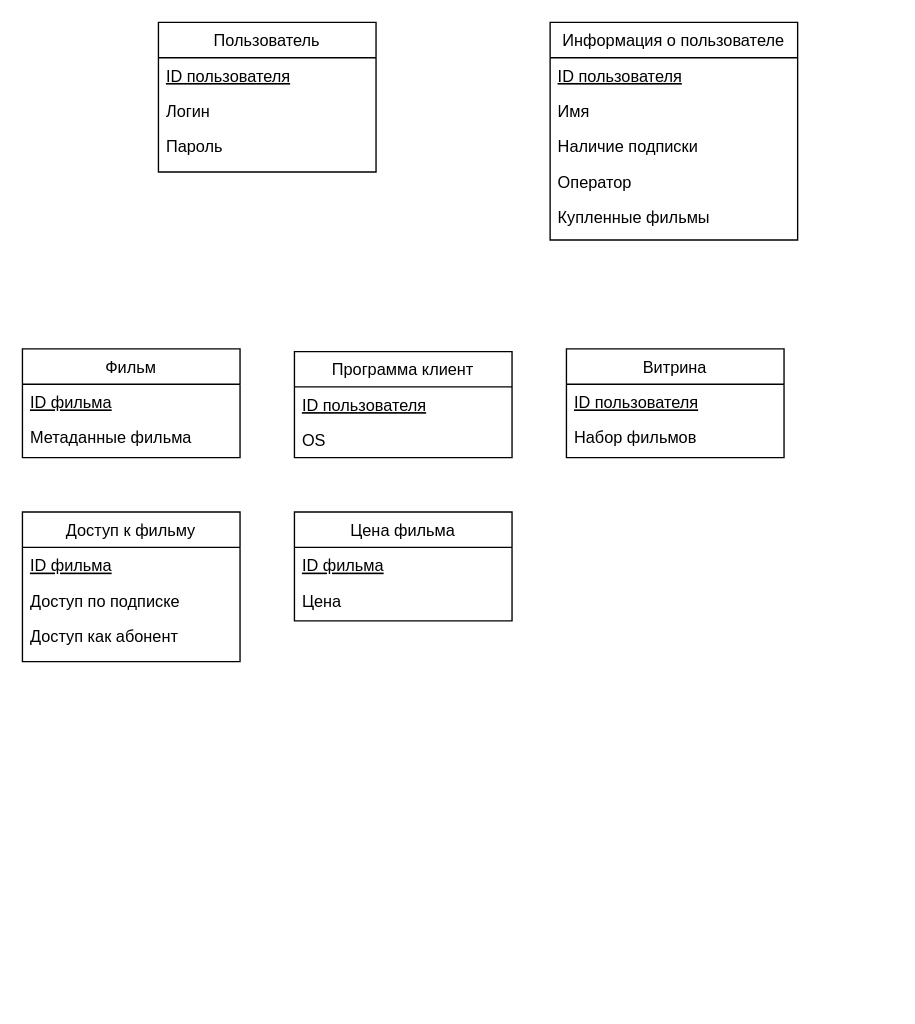
Earlier version of the draw.io diagram Диаграмма классов онлайн-кинотеатра.drawio (AleksTikhonov/ANSYS_Workbench). Source tidied: cells renumbered, new cells numbered last; positions are measured from the earlier drawing's top-left corner, leaving out a move shared by most shapes. Both pictures are drawn from the tidied source at 136%, with x=0, y=0 at pixel (22, 22).
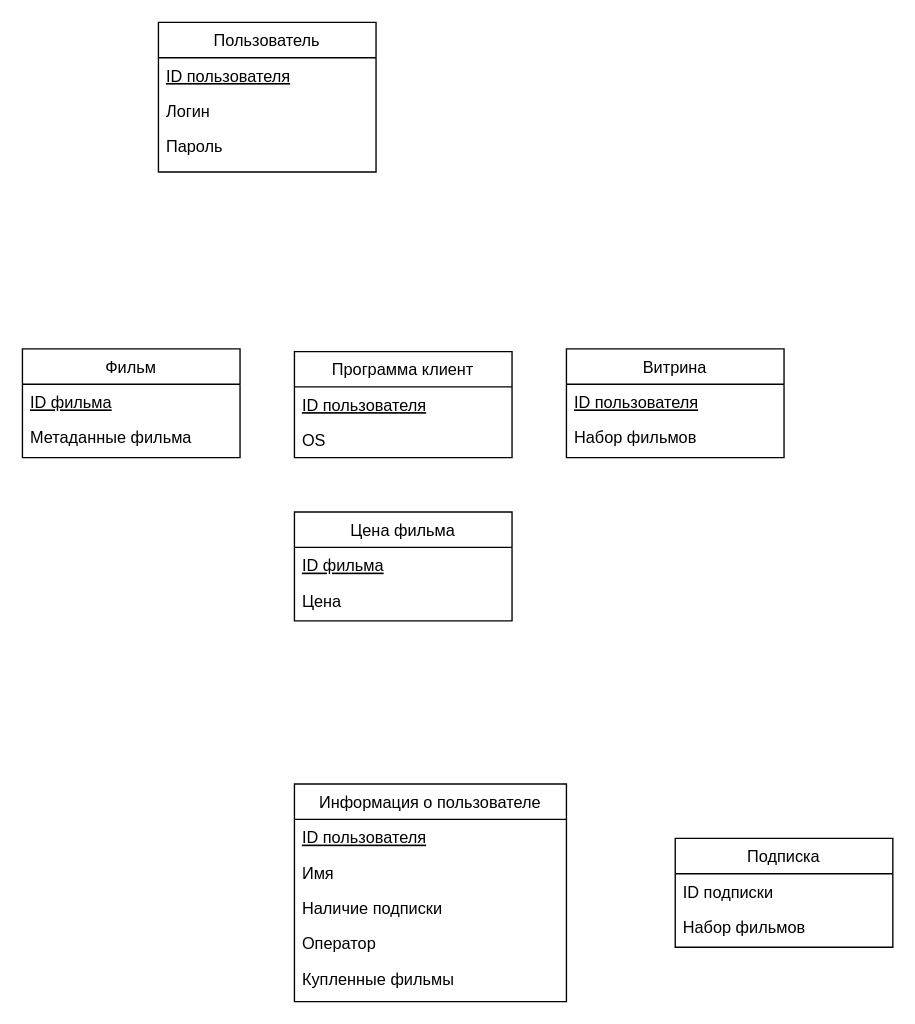
The same page after the edit.

Change to the diagram source:
```diff
@@
     <mxCell id="12" value="Информация о пользователе" style="swimlane;fontStyle=0;align=center;verticalAlign=top;horizontal=1;startSize=26;rounded=0;shadow=0;strokeWidth=1;" parent="1" vertex="1">
-      <mxGeometry x="388" width="182" height="160" as="geometry" />
+      <mxGeometry x="200" y="560" width="200" height="160" as="geometry" />
     </mxCell>
     <mxCell id="13" value="ID пользователя" style="text;align=left;verticalAlign=top;spacingLeft=4;spacingRight=4;overflow=hidden;fontStyle=4;" parent="12" vertex="1">
-      <mxGeometry y="26" width="182" height="26" as="geometry" />
+      <mxGeometry y="26" width="200" height="26" as="geometry" />
     </mxCell>
     <mxCell id="14" value="Имя" style="text;align=left;verticalAlign=top;spacingLeft=4;spacingRight=4;overflow=hidden;rounded=0;shadow=0;html=0;" parent="12" vertex="1">
-      <mxGeometry y="52" width="182" height="26" as="geometry" />
+      <mxGeometry y="52" width="200" height="26" as="geometry" />
     </mxCell>
     <mxCell id="15" value="Наличие подписки" style="text;align=left;verticalAlign=top;spacingLeft=4;spacingRight=4;overflow=hidden;rounded=0;shadow=0;html=0;" parent="12" vertex="1">
-      <mxGeometry y="78" width="182" height="26" as="geometry" />
+      <mxGeometry y="78" width="200" height="26" as="geometry" />
     </mxCell>
     <mxCell id="16" value="Оператор" style="text;align=left;verticalAlign=top;spacingLeft=4;spacingRight=4;overflow=hidden;rounded=0;shadow=0;html=0;" parent="12" vertex="1">
-      <mxGeometry y="104" width="182" height="26" as="geometry" />
+      <mxGeometry y="104" width="200" height="26" as="geometry" />
     </mxCell>
     <mxCell id="17" value="Купленные фильмы" style="text;align=left;verticalAlign=top;spacingLeft=4;spacingRight=4;overflow=hidden;rounded=0;shadow=0;html=0;" parent="12" vertex="1">
-      <mxGeometry y="130" width="182" height="26" as="geometry" />
+      <mxGeometry y="130" width="200" height="26" as="geometry" />
     </mxCell>
-    <mxCell id="18" value="Доступ к фильму" style="swimlane;fontStyle=0;align=center;verticalAlign=top;horizontal=1;startSize=26;rounded=0;shadow=0;strokeWidth=1;" parent="1" vertex="1">
-      <mxGeometry y="360" width="160" height="110" as="geometry" />
+    <mxCell id="18" value="Подписка" style="swimlane;fontStyle=0;align=center;verticalAlign=top;horizontal=1;startSize=26;rounded=0;shadow=0;strokeWidth=1;" parent="1" vertex="1">
+      <mxGeometry x="480" y="600" width="160" height="80" as="geometry" />
     </mxCell>
-    <mxCell id="19" value="ID фильма" style="text;align=left;verticalAlign=top;spacingLeft=4;spacingRight=4;overflow=hidden;fontStyle=4;" parent="18" vertex="1">
+    <mxCell id="19" value="ID подписки" style="text;align=left;verticalAlign=top;spacingLeft=4;spacingRight=4;overflow=hidden;fontStyle=0;" parent="18" vertex="1">
       <mxGeometry y="26" width="160" height="26" as="geometry" />
     </mxCell>
-    <mxCell id="20" value="Доступ по подписке" style="text;align=left;verticalAlign=top;spacingLeft=4;spacingRight=4;overflow=hidden;rounded=0;shadow=0;html=0;" parent="18" vertex="1">
-      <mxGeometry y="52" width="160" height="26" as="geometry" />
-    </mxCell>
-    <mxCell id="21" value="Доступ как абонент" style="text;align=left;verticalAlign=top;spacingLeft=4;spacingRight=4;overflow=hidden;rounded=0;shadow=0;html=0;" parent="18" vertex="1">
-      <mxGeometry y="78" width="160" height="26" as="geometry" />
-    </mxCell>
+    <mxCell id="28" value="Набор фильмов" style="text;align=left;verticalAlign=top;spacingLeft=4;spacingRight=4;overflow=hidden;fontStyle=0;" parent="18" vertex="1">
+      <mxGeometry y="52" width="160" height="26" as="geometry" />
+    </mxCell>
```
